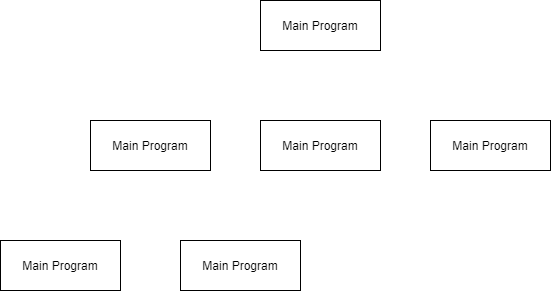
smitbmx/Architecture-Diagrams keeps this draw.io diagram as Architectural styles/Language-based Systems/Subroutine Example.png. Above is the earlier version. Source tidied: cells renumbered, new cells last; positions are measured from the earlier drawing's top-left corner, leaving out a move shared by most shapes.
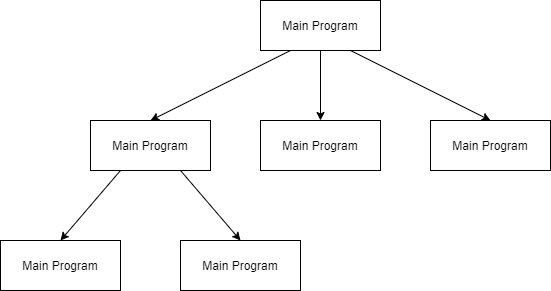
Above is the later version.

What changed in the source:
```diff
@@ -20,5 +20,20 @@
     <mxCell id="7" value="Main Program" style="rounded=0;whiteSpace=wrap;html=1;" parent="1" vertex="1">
       <mxGeometry x="180" y="240" width="120" height="50" as="geometry" />
     </mxCell>
+    <mxCell id="8" style="endArrow=classic;html=1;rounded=0;exitX=0.5;exitY=1;exitDx=0;exitDy=0;entryX=0.5;entryY=0;entryDx=0;entryDy=0;" parent="1" edge="1" source="2" target="3">
+      <mxGeometry relative="1" as="geometry" />
+    </mxCell>
+    <mxCell id="9" style="endArrow=classic;html=1;rounded=0;exitX=0.25;exitY=1;exitDx=0;exitDy=0;entryX=0.5;entryY=0;entryDx=0;entryDy=0;" parent="1" edge="1" source="2" target="4">
+      <mxGeometry relative="1" as="geometry" />
+    </mxCell>
+    <mxCell id="10" style="endArrow=classic;html=1;rounded=0;exitX=0.75;exitY=1;exitDx=0;exitDy=0;entryX=0.5;entryY=0;entryDx=0;entryDy=0;" parent="1" edge="1" source="2" target="5">
+      <mxGeometry relative="1" as="geometry" />
+    </mxCell>
+    <mxCell id="11" style="endArrow=classic;html=1;rounded=0;exitX=0.25;exitY=1;exitDx=0;exitDy=0;entryX=0.5;entryY=0;entryDx=0;entryDy=0;" parent="1" edge="1" source="4" target="6">
+      <mxGeometry relative="1" as="geometry" />
+    </mxCell>
+    <mxCell id="12" style="endArrow=classic;html=1;rounded=0;exitX=0.75;exitY=1;exitDx=0;exitDy=0;entryX=0.5;entryY=0;entryDx=0;entryDy=0;" parent="1" edge="1" source="4" target="7">
+      <mxGeometry relative="1" as="geometry" />
+    </mxCell>
   </root>
 </mxGraphModel>
```
